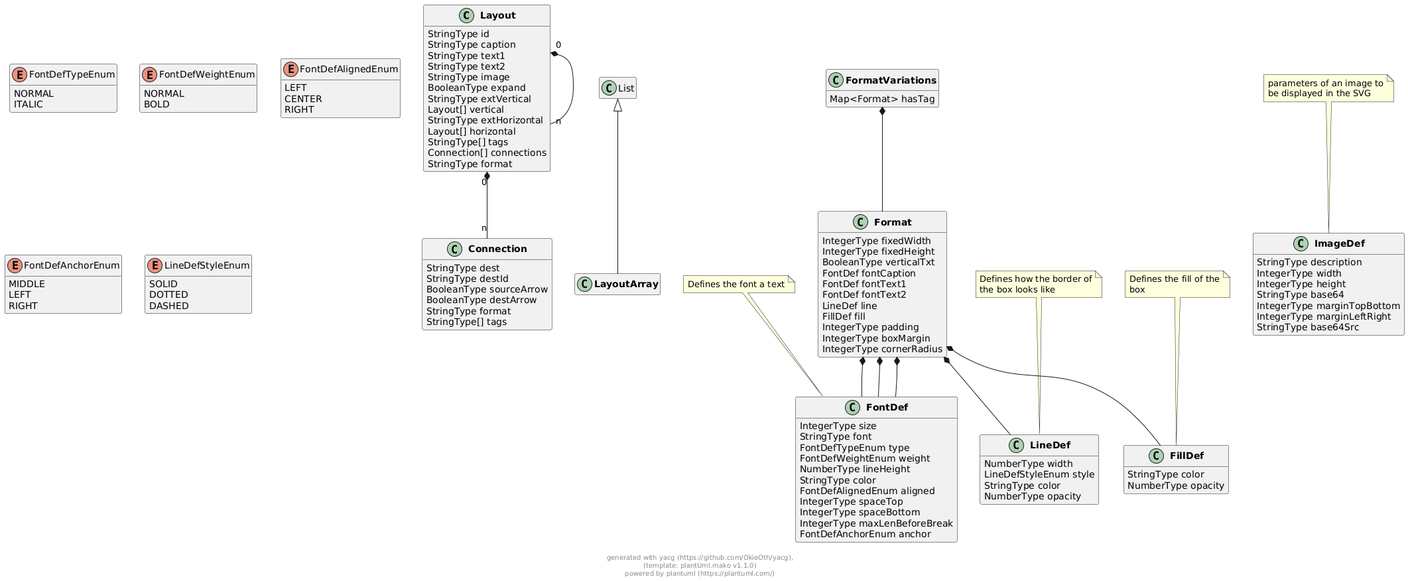
Before: docs/models/png/externals.png, a diagram exported from PlantUML (OkieOth/draw.chart.things).
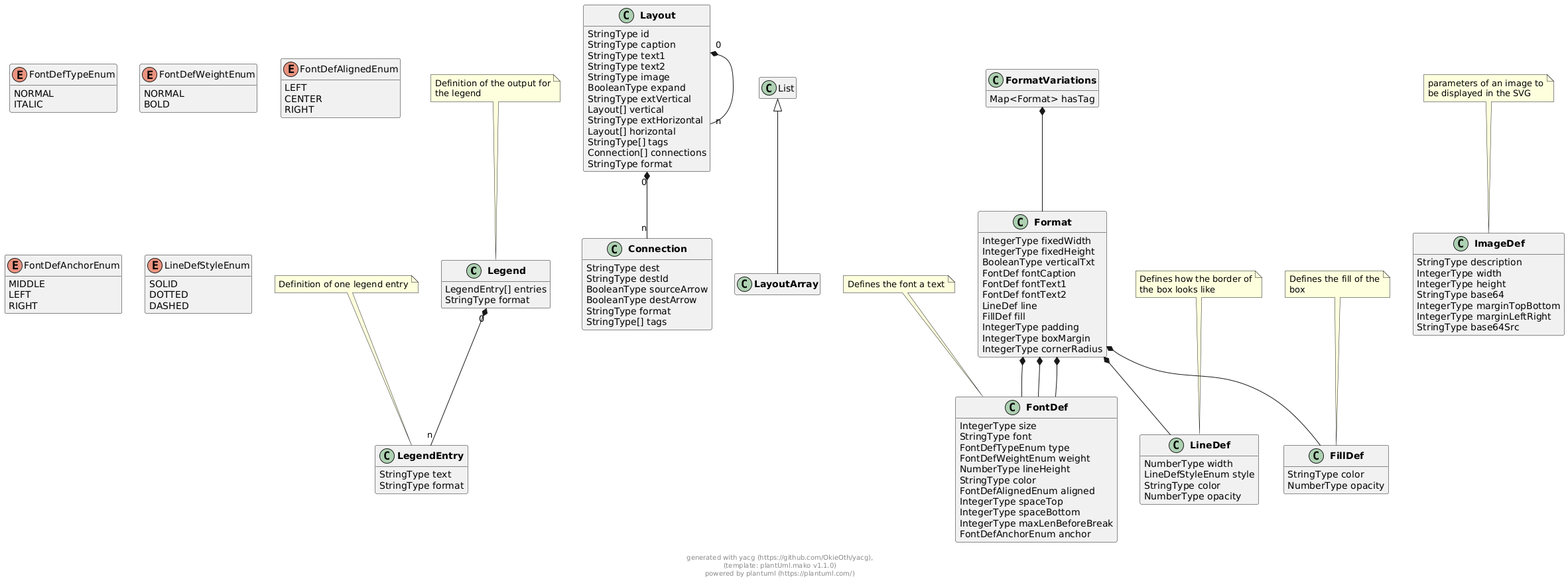
Later version of the same file.

The edit, as a diff of the source:
```diff
@@ -1,6 +1,22 @@
 @startuml
 hide empty methods
 hide empty fields
+
+
+class "**Legend**" as Legend {
+        LegendEntry[] entries
+        StringType format
+}
+note top: Definition of the output for\nthe legend
+
+
+
+class "**LegendEntry**" as LegendEntry {
+        StringType text
+        StringType format
+}
+note top: Definition of one legend entry
+
 
 
 class "**Layout**" as Layout {
@@ -136,6 +152,13 @@
 
 
 
+Legend "0" *-- "n" LegendEntry
+
+
+
+
+
+
 
 
 
```
